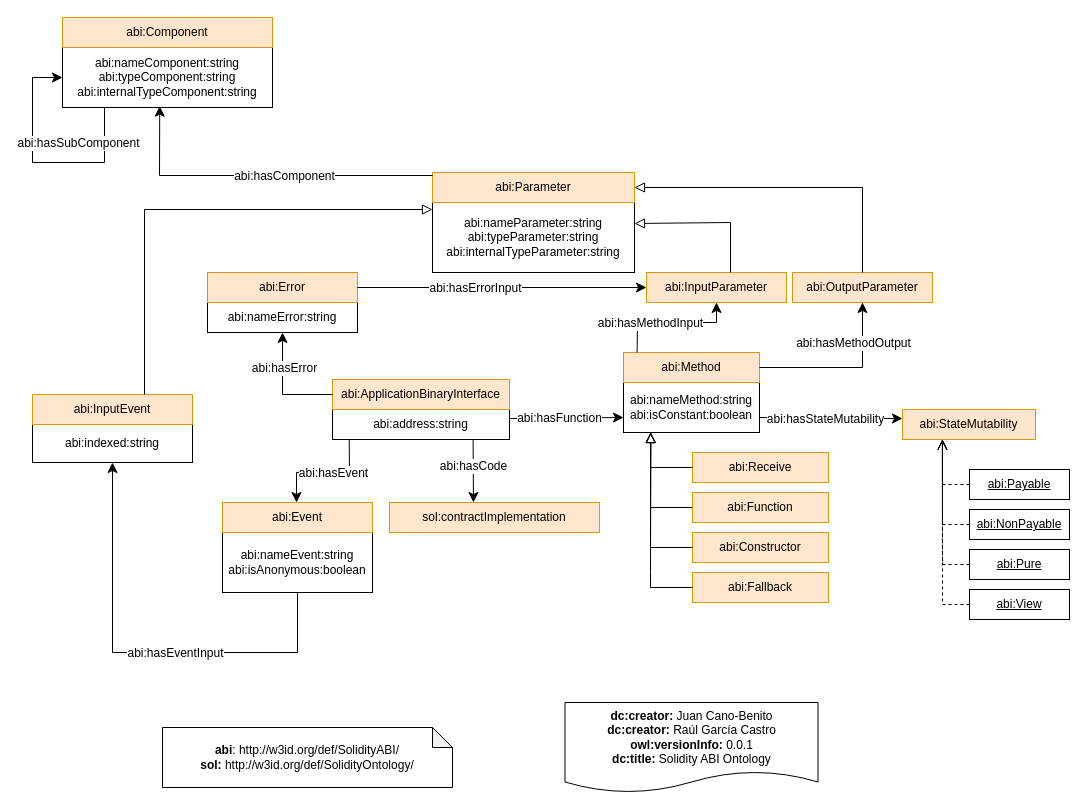
Earlier version of the draw.io diagram SolidityABIOntology2.drawio (oeg-upm/Solidity-ABI-ontology). Source tidied: cells renumbered, new cells numbered last; positions are measured from the earlier drawing's top-left corner, leaving out a move shared by most shapes. Both pictures are drawn from the tidied source at 100%, with x=0, y=0 at pixel (32, 17).
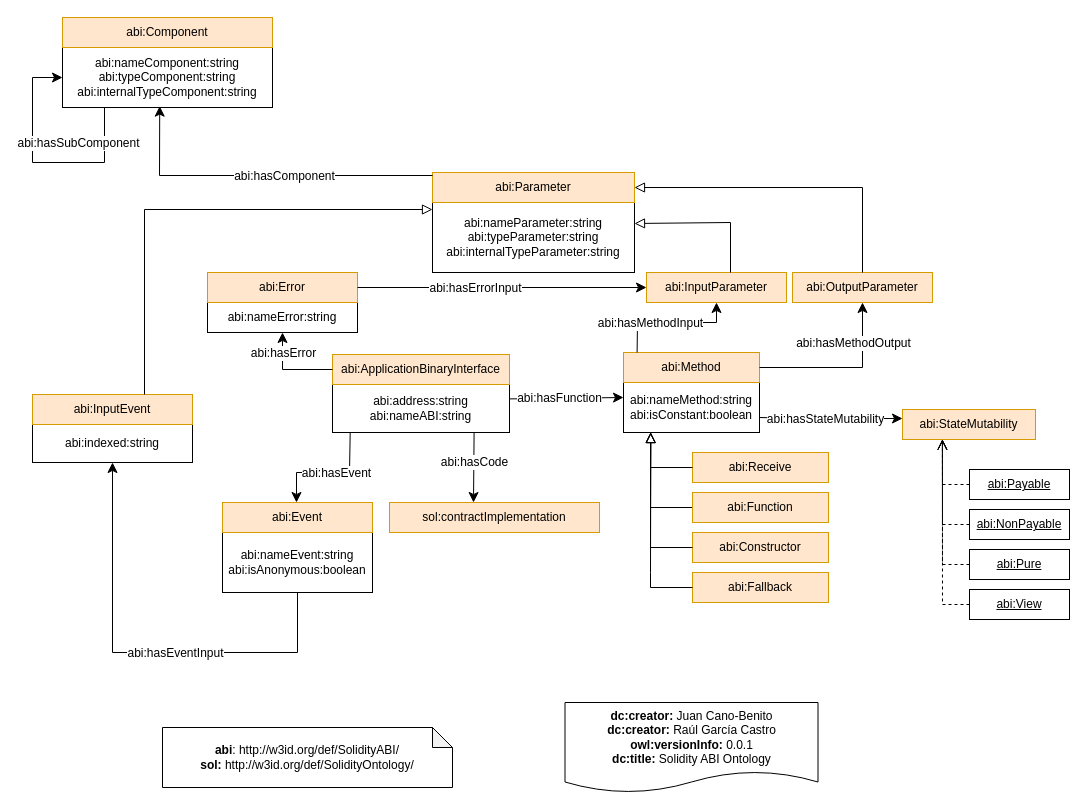
Above is the later version.

The change refers to these unchanged cells:
```xml
<mxCell id="6" value="abi:nameMethod:string&lt;br&gt;abi:isConstant:boolean" style="rounded=0;whiteSpace=wrap;html=1;snapToPoint=1;points=[[0.1,0],[0.2,0],[0.3,0],[0.4,0],[0.5,0],[0.6,0],[0.7,0],[0.8,0],[0.9,0],[0,0.1],[0,0.3],[0,0.5],[0,0.7],[0,0.9],[0.1,1],[0.2,1],[0.3,1],[0.4,1],[0.5,1],[0.6,1],[0.7,1],[0.8,1],[0.9,1],[1,0.1],[1,0.3],[1,0.5],[1,0.7],[1,0.9]];" parent="1" vertex="1">
  <mxGeometry x="591" y="365" width="136" height="50" as="geometry" />
</mxCell>
<mxCell id="38" value="abi:nameError:string" style="rounded=0;whiteSpace=wrap;html=1;snapToPoint=1;points=[[0.1,0],[0.2,0],[0.3,0],[0.4,0],[0.5,0],[0.6,0],[0.7,0],[0.8,0],[0.9,0],[0,0.1],[0,0.3],[0,0.5],[0,0.7],[0,0.9],[0.1,1],[0.2,1],[0.3,1],[0.4,1],[0.5,1],[0.6,1],[0.7,1],[0.8,1],[0.9,1],[1,0.1],[1,0.3],[1,0.5],[1,0.7],[1,0.9]];" parent="1" vertex="1">
  <mxGeometry x="175" y="285" width="150" height="30" as="geometry" />
</mxCell>
<mxCell id="60" value="sol:contractImplementation" style="rounded=0;whiteSpace=wrap;html=1;snapToPoint=1;points=[[0.1,0],[0.2,0],[0.3,0],[0.4,0],[0.5,0],[0.6,0],[0.7,0],[0.8,0],[0.9,0],[0,0.1],[0,0.3],[0,0.5],[0,0.7],[0,0.9],[0.1,1],[0.2,1],[0.3,1],[0.4,1],[0.5,1],[0.6,1],[0.7,1],[0.8,1],[0.9,1],[1,0.1],[1,0.3],[1,0.5],[1,0.7],[1,0.9]];fillColor=#ffe6cc;strokeColor=#d79b00;" parent="1" vertex="1">
  <mxGeometry x="357" y="485" width="210" height="30" as="geometry" />
</mxCell>
```

Change to the diagram source:
```diff
@@
-    <mxCell id="4" value="abi:address:string" style="rounded=0;whiteSpace=wrap;html=1;snapToPoint=1;points=[[0.1,0],[0.2,0],[0.3,0],[0.4,0],[0.5,0],[0.6,0],[0.7,0],[0.8,0],[0.9,0],[0,0.1],[0,0.3],[0,0.5],[0,0.7],[0,0.9],[0.1,1],[0.2,1],[0.3,1],[0.4,1],[0.5,1],[0.6,1],[0.7,1],[0.8,1],[0.9,1],[1,0.1],[1,0.3],[1,0.5],[1,0.7],[1,0.9]];" parent="1" vertex="1">
-      <mxGeometry x="300" y="392" width="177" height="30" as="geometry" />
+    <mxCell id="4" value="abi:address:string&lt;br&gt;abi:nameABI:string" style="rounded=0;whiteSpace=wrap;html=1;snapToPoint=1;points=[[0.1,0],[0.2,0],[0.3,0],[0.4,0],[0.5,0],[0.6,0],[0.7,0],[0.8,0],[0.9,0],[0,0.1],[0,0.3],[0,0.5],[0,0.7],[0,0.9],[0.1,1],[0.2,1],[0.3,1],[0.4,1],[0.5,1],[0.6,1],[0.7,1],[0.8,1],[0.9,1],[1,0.1],[1,0.3],[1,0.5],[1,0.7],[1,0.9]];" parent="1" vertex="1">
+      <mxGeometry x="300" y="367" width="177" height="48" as="geometry" />
     </mxCell>
     <mxCell id="5" value="abi:ApplicationBinaryInterface" style="rounded=0;whiteSpace=wrap;html=1;snapToPoint=1;points=[[0.1,0],[0.2,0],[0.3,0],[0.4,0],[0.5,0],[0.6,0],[0.7,0],[0.8,0],[0.9,0],[0,0.1],[0,0.3],[0,0.5],[0,0.7],[0,0.9],[0.1,1],[0.2,1],[0.3,1],[0.4,1],[0.5,1],[0.6,1],[0.7,1],[0.8,1],[0.9,1],[1,0.1],[1,0.3],[1,0.5],[1,0.7],[1,0.9]];fillColor=#ffe6cc;strokeColor=#d79b00;" parent="1" vertex="1">
-      <mxGeometry x="300" y="362" width="177" height="30" as="geometry" />
+      <mxGeometry x="300" y="337" width="177" height="30" as="geometry" />
     </mxCell>
@@
-    <mxCell id="11" style="endArrow=classic;html=1;exitX=1;exitY=0.3;exitDx=0;exitDy=0;entryX=0;entryY=0.7;entryDx=0;entryDy=0;endSize=8;arcSize=0;rounded=0;" parent="1" edge="1" source="4" target="6">
+    <mxCell id="11" style="endArrow=classic;html=1;exitX=1;exitY=0.3;exitDx=0;exitDy=0;entryX=0;entryY=0.3;entryDx=0;entryDy=0;endSize=8;arcSize=0;rounded=0;" parent="1" edge="1" source="4" target="6">
       <mxGeometry relative="1" as="geometry" />
     </mxCell>
@@
-    <mxCell id="26" style="endArrow=classic;html=1;exitX=0.1;exitY=1;exitDx=0;exitDy=0;endSize=8;arcSize=0;rounded=0;entryX=0.5;entryY=0;entryDx=0;entryDy=0;" parent="1" edge="1">
+    <mxCell id="26" style="endArrow=classic;html=1;exitX=0.1;exitY=1;exitDx=0;exitDy=0;endSize=8;arcSize=0;rounded=0;entryX=0.5;entryY=0;entryDx=0;entryDy=0;" parent="1" edge="1" source="4">
       <mxGeometry relative="1" as="geometry">
-        <mxPoint x="316.7" y="422" as="sourcePoint" />
         <mxPoint x="264" y="485" as="targetPoint" />
         <Array as="points">
           <mxPoint x="317" y="455" />
           <mxPoint x="264" y="455" />
         </Array>
       </mxGeometry>
     </mxCell>
@@
     <mxCell id="36" style="endArrow=classic;html=1;exitX=0;exitY=0.5;exitDx=0;exitDy=0;endSize=8;arcSize=0;rounded=0;entryX=0.5;entryY=1;entryDx=0;entryDy=0;" parent="1" edge="1" source="5" target="38">
       <mxGeometry relative="1" as="geometry">
         <Array as="points">
-          <mxPoint x="250" y="377" />
+          <mxPoint x="250" y="352" />
         </Array>
       </mxGeometry>
     </mxCell>
     <mxCell id="37" value="&lt;div&gt;abi:hasError&lt;br&gt;&lt;/div&gt;" style="text;html=1;align=center;verticalAlign=middle;labelBackgroundColor=#ffffff;" parent="36" vertex="1">
       <mxGeometry x="-0.13" relative="1" as="geometry">
-        <mxPoint y="-27" as="offset" />
+        <mxPoint x="-12" y="-17" as="offset" />
       </mxGeometry>
     </mxCell>
@@
-    <mxCell id="61" style="endArrow=classic;html=1;exitX=0.8;exitY=1;exitDx=0;exitDy=0;endSize=8;arcSize=0;rounded=0;entryX=0.4;entryY=0;entryDx=0;entryDy=0;" parent="1" edge="1" target="60">
-      <mxGeometry relative="1" as="geometry">
-        <mxPoint x="440.6" y="422" as="sourcePoint" />
-      </mxGeometry>
+    <mxCell id="61" style="endArrow=classic;html=1;endSize=8;arcSize=0;rounded=0;entryX=0.4;entryY=0;entryDx=0;entryDy=0;exitX=0.8;exitY=1;exitDx=0;exitDy=0;" parent="1" edge="1" source="4" target="60">
+      <mxGeometry relative="1" as="geometry" />
     </mxCell>
```
